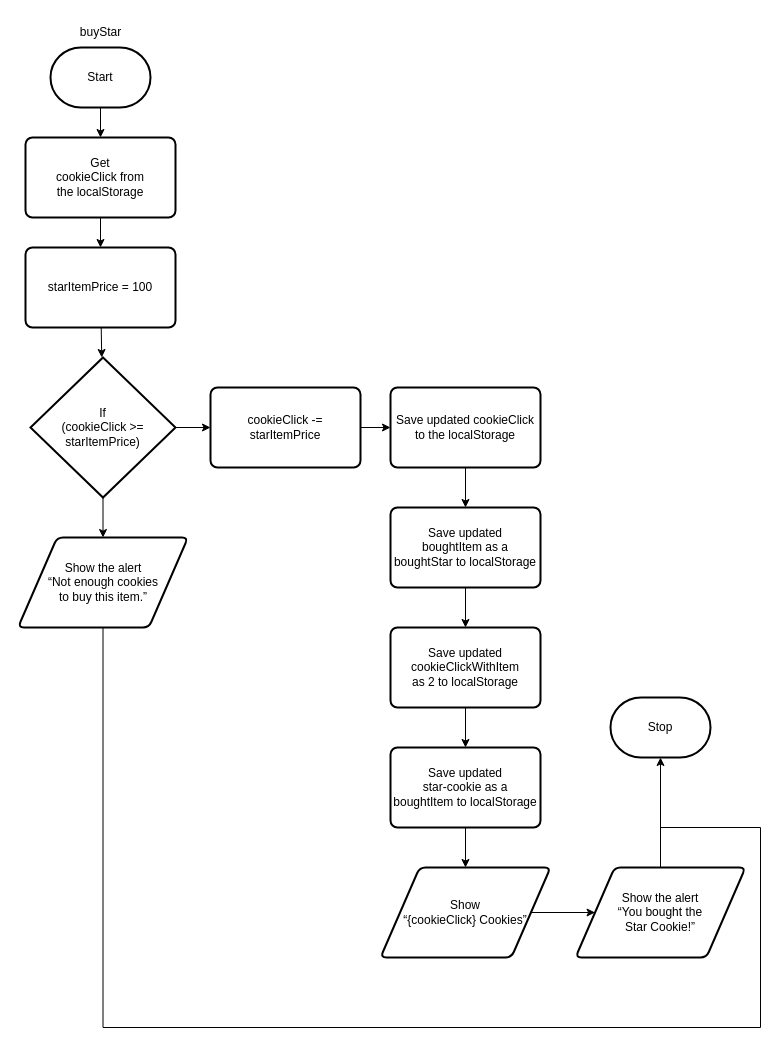
MTHS-ICD2O-1-2024/ICD2O-Final-Project-ain.jeong keeps this draw.io diagram as design/flowchart-buyStar.drawio. Above is the earlier version. Source tidied: cells renumbered, new cells numbered last; positions are measured from the earlier drawing's top-left corner, leaving out a move shared by most shapes. Both pictures are drawn from the tidied source at 100%, with x=0, y=0 at pixel (18, 17).
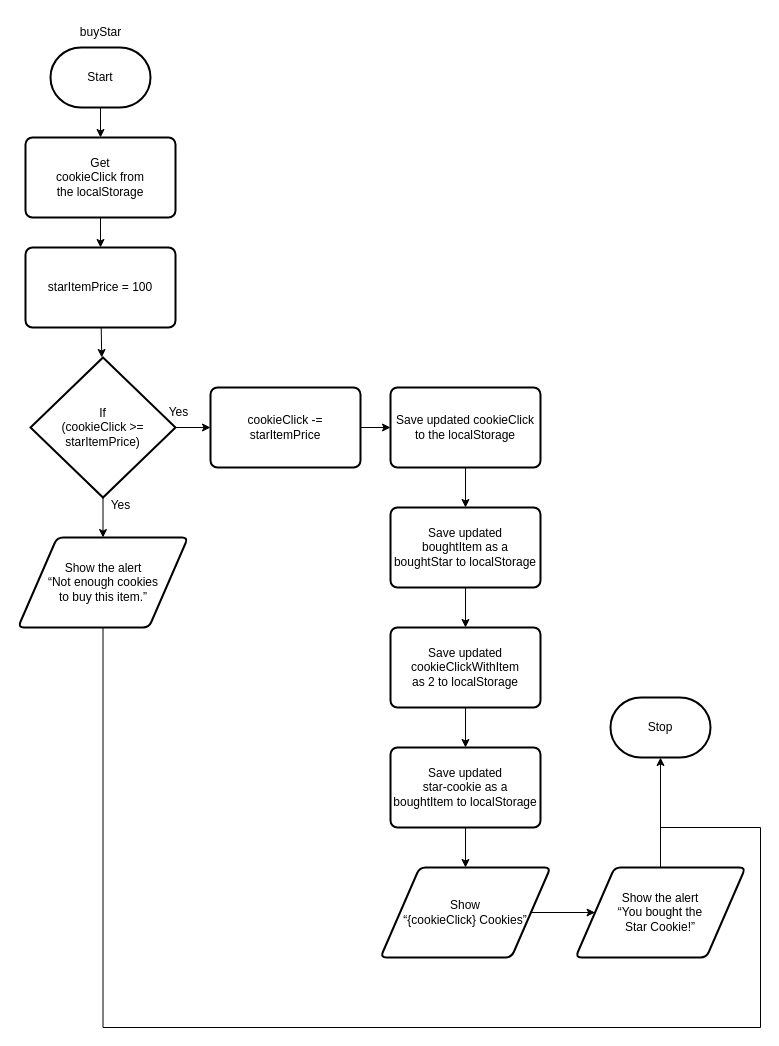
After the change.

The edit, as a diff of the source:
```diff
@@
+    <mxCell id="29" value="Yes" style="text;html=1;align=center;verticalAlign=middle;strokeColor=none;fillColor=none;" parent="1" vertex="1">
+      <mxGeometry x="140" y="380" width="40" height="30" as="geometry" />
+    </mxCell>
+    <mxCell id="30" value="Yes" style="text;html=1;align=center;verticalAlign=middle;strokeColor=none;fillColor=none;" parent="1" vertex="1">
+      <mxGeometry x="82" y="473" width="40" height="30" as="geometry" />
+    </mxCell>
```
